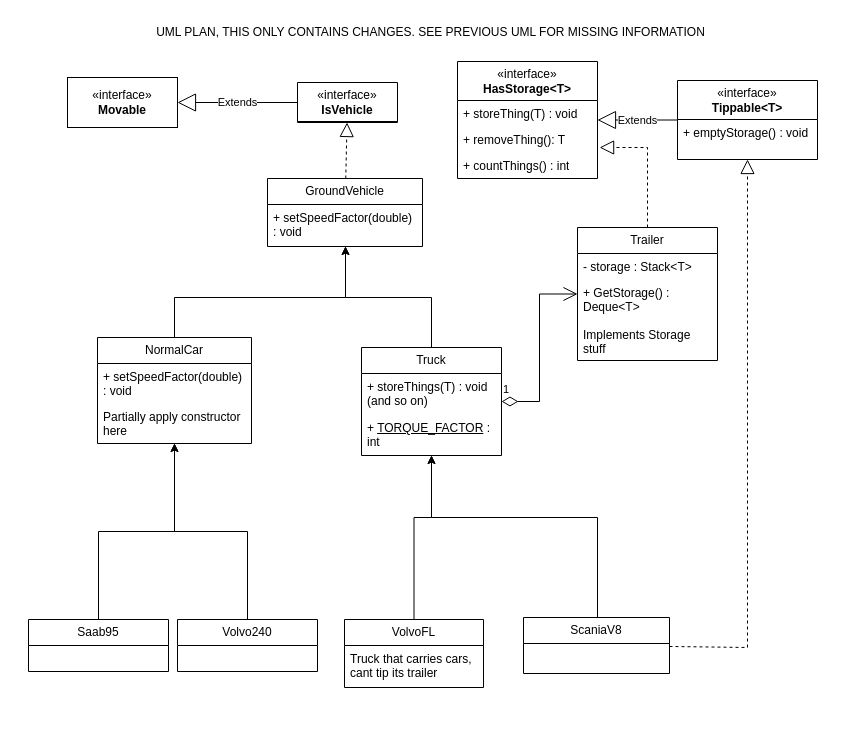
vicha00/DIT954-Labb-Grupp16 keeps this draw.io diagram as UML/UML-plan-with-subclasses.drawio. Above is the earlier version. Source tidied: cells renumbered, new cells numbered last; positions are measured from the earlier drawing's top-left corner, leaving out a move shared by most shapes. Both pictures are drawn from the tidied source at 100%, with x=0, y=0 at pixel (17, 17).
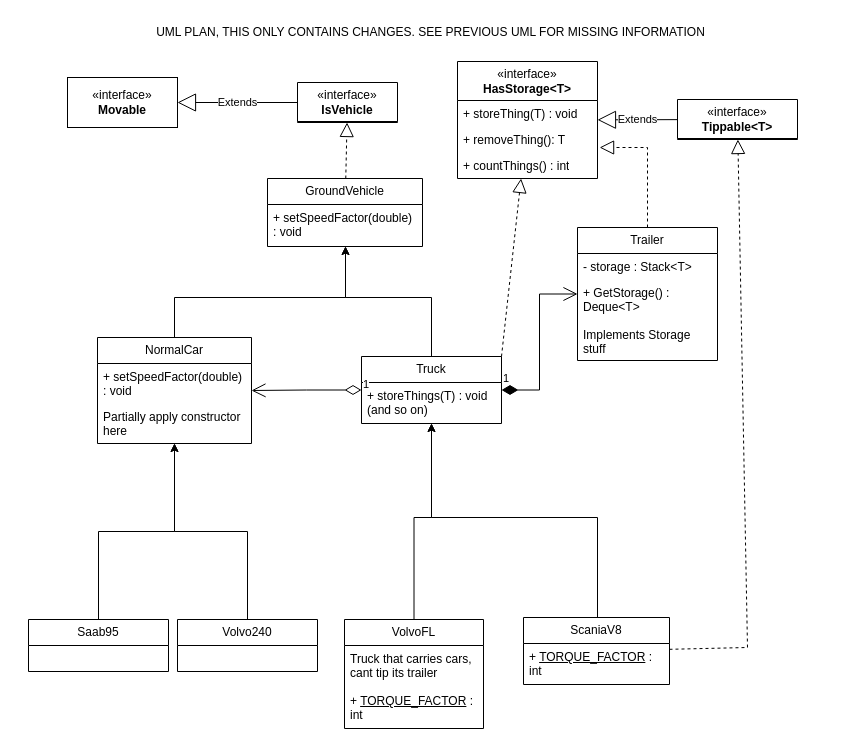
The same diagram, later.

The change refers to these unchanged cells:
```xml
<mxCell id="18" value="NormalCar" style="swimlane;fontStyle=0;horizontal=1;startSize=26;fillColor=none;whiteSpace=wrap;html=1;" parent="1" vertex="1">
  <mxGeometry x="80" y="320" width="154" height="106" as="geometry" />
</mxCell>
<mxCell id="21" value="«interface»&lt;br&gt;&lt;div&gt;&lt;b&gt;HasStorage&amp;lt;T&amp;gt;&lt;/b&gt;&lt;/div&gt;" style="swimlane;fontStyle=0;horizontal=1;startSize=39;fillColor=none;whiteSpace=wrap;html=1;" parent="1" vertex="1">
  <mxGeometry x="440" y="44" width="140" height="117" as="geometry" />
</mxCell>
```

Diff of the diagram source:
```diff
@@
     <mxCell id="13" value="ScaniaV8" style="swimlane;fontStyle=0;horizontal=1;startSize=26;fillColor=none;whiteSpace=wrap;html=1;" parent="1" vertex="1">
-      <mxGeometry x="506" y="600" width="146" height="56" as="geometry" />
+      <mxGeometry x="506" y="600" width="146" height="67" as="geometry" />
     </mxCell>
+    <mxCell id="30" value="+ &lt;u&gt;TORQUE_FACTOR&lt;/u&gt; : int" style="text;strokeColor=none;fillColor=none;align=left;verticalAlign=top;spacingLeft=4;spacingRight=4;overflow=hidden;whiteSpace=wrap;html=1;" parent="13" vertex="1">
+      <mxGeometry y="26" width="146" height="41" as="geometry" />
+    </mxCell>
@@
     <mxCell id="15" value="VolvoFL" style="swimlane;fontStyle=0;horizontal=1;startSize=26;fillColor=none;whiteSpace=wrap;html=1;" parent="1" vertex="1">
-      <mxGeometry x="327" y="602" width="139" height="68" as="geometry" />
+      <mxGeometry x="327" y="602" width="139" height="109" as="geometry" />
     </mxCell>
@@
+    <mxCell id="40" value="+ &lt;u&gt;TORQUE_FACTOR&lt;/u&gt; : int" style="text;strokeColor=none;fillColor=none;align=left;verticalAlign=top;spacingLeft=4;spacingRight=4;overflow=hidden;whiteSpace=wrap;html=1;" parent="15" vertex="1">
+      <mxGeometry y="68" width="139" height="41" as="geometry" />
+    </mxCell>
@@
     <mxCell id="28" value="&lt;div&gt;Truck&lt;/div&gt;" style="swimlane;fontStyle=0;horizontal=1;startSize=26;fillColor=none;whiteSpace=wrap;html=1;" parent="1" vertex="1">
-      <mxGeometry x="344" y="330" width="140" height="108" as="geometry" />
+      <mxGeometry x="344" y="339" width="140" height="67" as="geometry" />
     </mxCell>
@@
-    <mxCell id="30" value="+ &lt;u&gt;TORQUE_FACTOR&lt;/u&gt; : int" style="text;strokeColor=none;fillColor=none;align=left;verticalAlign=top;spacingLeft=4;spacingRight=4;overflow=hidden;whiteSpace=wrap;html=1;" parent="28" vertex="1">
-      <mxGeometry y="67" width="140" height="41" as="geometry" />
-    </mxCell>
-    <mxCell id="31" value="«interface»&lt;br&gt;&lt;div&gt;&lt;b&gt;Tippable&amp;lt;T&amp;gt;&lt;/b&gt;&lt;/div&gt;" style="swimlane;fontStyle=0;horizontal=1;startSize=39;fillColor=none;whiteSpace=wrap;html=1;" parent="1" vertex="1">
-      <mxGeometry x="660" y="63" width="140" height="79" as="geometry" />
+    <mxCell id="31" value="«interface»&lt;br&gt;&lt;div&gt;&lt;b&gt;Tippable&amp;lt;T&amp;gt;&lt;/b&gt;&lt;/div&gt;" style="swimlane;fontStyle=0;horizontal=1;startSize=39;fillColor=none;whiteSpace=wrap;html=1;" parent="1" vertex="1" collapsed="1">
+      <mxGeometry x="660" y="82" width="120" height="40" as="geometry" />
     </mxCell>
-    <mxCell id="32" value="+ emptyStorage() : void" style="text;strokeColor=none;fillColor=none;align=left;verticalAlign=top;spacingLeft=4;spacingRight=4;overflow=hidden;whiteSpace=wrap;html=1;" parent="31" vertex="1">
-      <mxGeometry y="39" width="140" height="40" as="geometry" />
-    </mxCell>
-    <mxCell id="33" value="&lt;div&gt;Trailer&lt;/div&gt;" style="swimlane;fontStyle=0;horizontal=1;startSize=26;fillColor=none;whiteSpace=wrap;html=1;" parent="1" vertex="1">
+    <mxCell id="33" value="Trailer" style="swimlane;fontStyle=0;horizontal=1;startSize=26;fillColor=none;whiteSpace=wrap;html=1;" parent="1" vertex="1">
       <mxGeometry x="560" y="210" width="140" height="133" as="geometry" />
     </mxCell>
@@
+    <mxCell id="39" style="endArrow=block;dashed=1;endFill=0;endSize=12;html=1;rounded=0;" parent="1" edge="1" source="13" target="31">
+      <mxGeometry relative="1" as="geometry">
+        <Array as="points">
+          <mxPoint x="730" y="630" />
+        </Array>
+      </mxGeometry>
+    </mxCell>
+    <mxCell id="41" style="endArrow=block;dashed=1;endFill=0;endSize=12;html=1;rounded=0;exitX=1;exitY=0;exitDx=0;exitDy=0;" parent="1" edge="1" source="28" target="21">
+      <mxGeometry relative="1" as="geometry" />
+    </mxCell>
-    <mxCell id="38" value="1" style="endArrow=open;html=1;endSize=12;startArrow=diamondThin;startSize=14;startFill=0;edgeStyle=orthogonalEdgeStyle;align=left;verticalAlign=bottom;rounded=0;" parent="1" edge="1" source="28" target="33">
+    <mxCell id="38" value="1" style="endArrow=open;html=1;endSize=12;startArrow=diamondThin;startSize=14;startFill=0;edgeStyle=orthogonalEdgeStyle;align=left;verticalAlign=bottom;rounded=0;" parent="1" edge="1" source="28" target="18">
       <mxGeometry x="-1" y="3" relative="1" as="geometry" />
     </mxCell>
-    <mxCell id="39" style="endArrow=block;dashed=1;endFill=0;endSize=12;html=1;rounded=0;" parent="1" edge="1" source="13" target="31">
-      <mxGeometry relative="1" as="geometry">
-        <Array as="points">
-          <mxPoint x="730" y="630" />
-        </Array>
-      </mxGeometry>
-    </mxCell>
+    <mxCell id="42" value="1" style="endArrow=open;html=1;endSize=12;startArrow=diamondThin;startSize=14;startFill=1;edgeStyle=orthogonalEdgeStyle;align=left;verticalAlign=bottom;rounded=0;" parent="1" edge="1" source="28" target="33">
+      <mxGeometry x="-1" y="3" relative="1" as="geometry" />
+    </mxCell>
```
